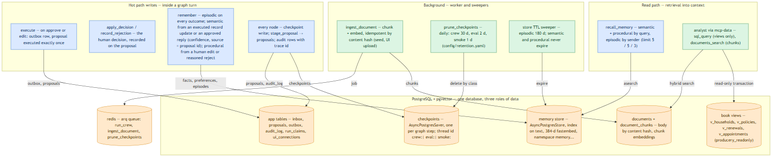
Earlier version of the Mermaid export docs/diagrams/view3-state-memory.png (kfedorov17/producery-v1-demo). Its source is kept beside it as docs/diagrams/view3-state-memory.mmd. Its diagram source:
```mermaid
flowchart TB
  classDef agent fill:#dbe9ff,stroke:#2f6fdb,color:#0b2a5b
  classDef tool fill:#dcf5e3,stroke:#2e8b57,color:#0f3d22
  classDef store fill:#ffe9cc,stroke:#d98b1a,color:#4d2e00
  classDef ext fill:#eeeeee,stroke:#777,color:#222

  subgraph pg ["PostgreSQL + pgvector — one database, three roles of data"]
    ckpt[("checkpoints — AsyncPostgresSaver, one per graph step; thread id crew:| eval:| smoke:<email id>")]:::store
    store[("memory store — AsyncPostgresStore, index on text, 384-d fastembed, namespace memory.<kind>.<agency>.<thread class>")]:::store
    tables[("app tables — inbox, proposals, outbox, audit_log, run_claims, ui_connections")]:::store
    docs[("documents + document_chunks — body by content hash, chunk embeddings")]:::store
    book[("book views — v_households, v_policies, v_renewals, v_appointments (producery_readonly)")]:::store
  end
  redis[("redis — arq queue: run_crew, ingest_document, prune_checkpoints")]:::store

  subgraph hot ["Hot path writes — inside a graph turn"]
    execute["execute — on approve or edit: outbox row, proposal executed exactly once"]:::agent
    decide["apply_decision / record_rejection — the human decision, recorded on the proposal"]:::agent
    remember["remember — episodic on every outcome; semantic from an executed record update or an approved reply (confidence, source = proposal id); procedural from a human edit or reasoned reject"]:::agent
    steps["every node — checkpoint write; stage_proposal → proposals; audit rows with trace id"]:::agent
  end

  subgraph read ["Read path — retrieval into context"]
    recall["recall_memory — semantic + procedural by query, episodic by sender (limit 5 / 5 / 3)"]:::agent
    analystq["analyst via mcp-data — sql_query (views only), documents_search (chunks)"]:::tool
  end

  subgraph bg ["Background — worker and sweepers"]
    ingest["ingest_document — chunk + embed, idempotent by content hash (seed, UI upload)"]:::tool
    prune["prune_checkpoints — daily: crew 30 d, eval 2 d, smoke 1 d (config/retention.yaml)"]:::tool
    sweep["store TTL sweeper — episodic 180 d; semantic and procedural never expire"]:::tool
  end

  execute -->|"outbox, proposals"| tables
  remember -->|"facts, preferences, episodes"| store
  steps -->|"checkpoints"| ckpt
  steps -->|"proposals, audit_log"| tables
  recall -->|"asearch"| store
  analystq -->|"read-only transaction"| book
  analystq -->|"hybrid search"| docs
  ingest -->|"chunks"| docs
  ingest -->|"job"| redis
  prune -->|"delete by class"| ckpt
  sweep -->|"expire"| store
```
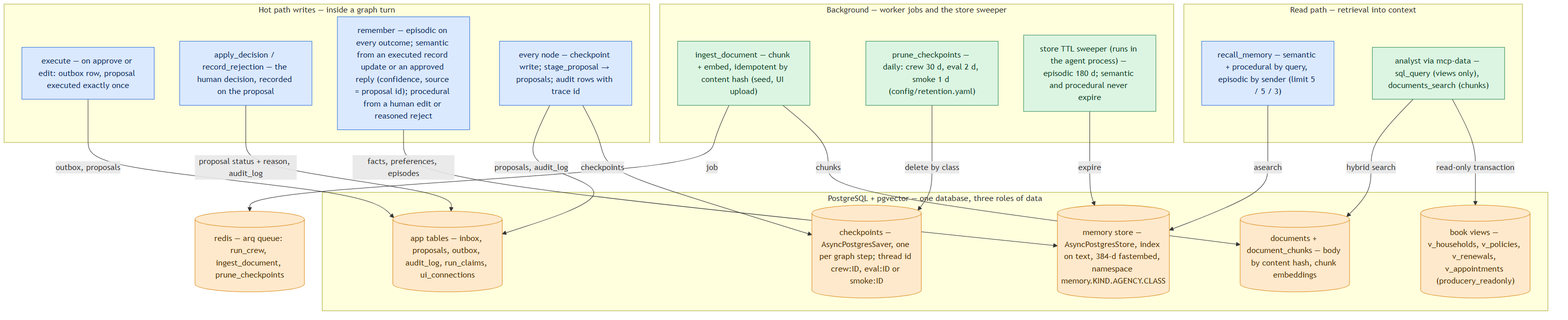
After the commit.

What changed in the source:
```diff
@@ -5,8 +5,8 @@
   classDef ext fill:#eeeeee,stroke:#777,color:#222
 
   subgraph pg ["PostgreSQL + pgvector — one database, three roles of data"]
-    ckpt[("checkpoints — AsyncPostgresSaver, one per graph step; thread id crew:| eval:| smoke:<email id>")]:::store
-    store[("memory store — AsyncPostgresStore, index on text, 384-d fastembed, namespace memory.<kind>.<agency>.<thread class>")]:::store
+    ckpt[("checkpoints — AsyncPostgresSaver, one per graph step; thread id crew:ID, eval:ID or smoke:ID")]:::store
+    store[("memory store — AsyncPostgresStore, index on text, 384-d fastembed, namespace memory.KIND.AGENCY.CLASS")]:::store
     tables[("app tables — inbox, proposals, outbox, audit_log, run_claims, ui_connections")]:::store
     docs[("documents + document_chunks — body by content hash, chunk embeddings")]:::store
     book[("book views — v_households, v_policies, v_renewals, v_appointments (producery_readonly)")]:::store
@@ -25,13 +25,14 @@
     analystq["analyst via mcp-data — sql_query (views only), documents_search (chunks)"]:::tool
   end
 
-  subgraph bg ["Background — worker and sweepers"]
+  subgraph bg ["Background — worker jobs and the store sweeper"]
     ingest["ingest_document — chunk + embed, idempotent by content hash (seed, UI upload)"]:::tool
     prune["prune_checkpoints — daily: crew 30 d, eval 2 d, smoke 1 d (config/retention.yaml)"]:::tool
-    sweep["store TTL sweeper — episodic 180 d; semantic and procedural never expire"]:::tool
+    sweep["store TTL sweeper (runs in the agent process) — episodic 180 d; semantic and procedural never expire"]:::tool
   end
 
   execute -->|"outbox, proposals"| tables
+  decide -->|"proposal status + reason, audit_log"| tables
   remember -->|"facts, preferences, episodes"| store
   steps -->|"checkpoints"| ckpt
   steps -->|"proposals, audit_log"| tables
```
